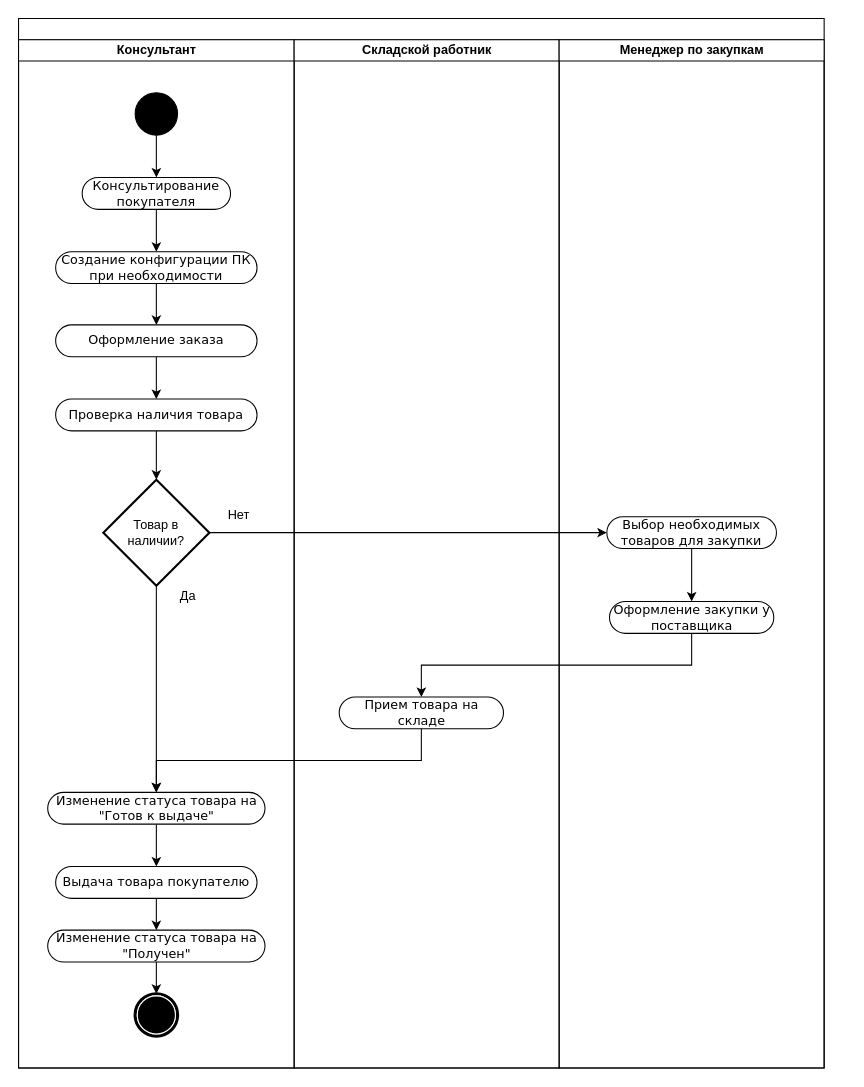
f0rw4rd-dev/hse-hsms-wpf keeps this draw.io diagram as Отчет/Диаграммы/Диаграмма активностей.drawio. Above is the earlier version. Source tidied: cells renumbered, new cells numbered last; positions are measured from the earlier drawing's top-left corner, leaving out a move shared by most shapes. Both pictures are drawn from the tidied source at 106%, with x=0, y=0 at pixel (18, 18).
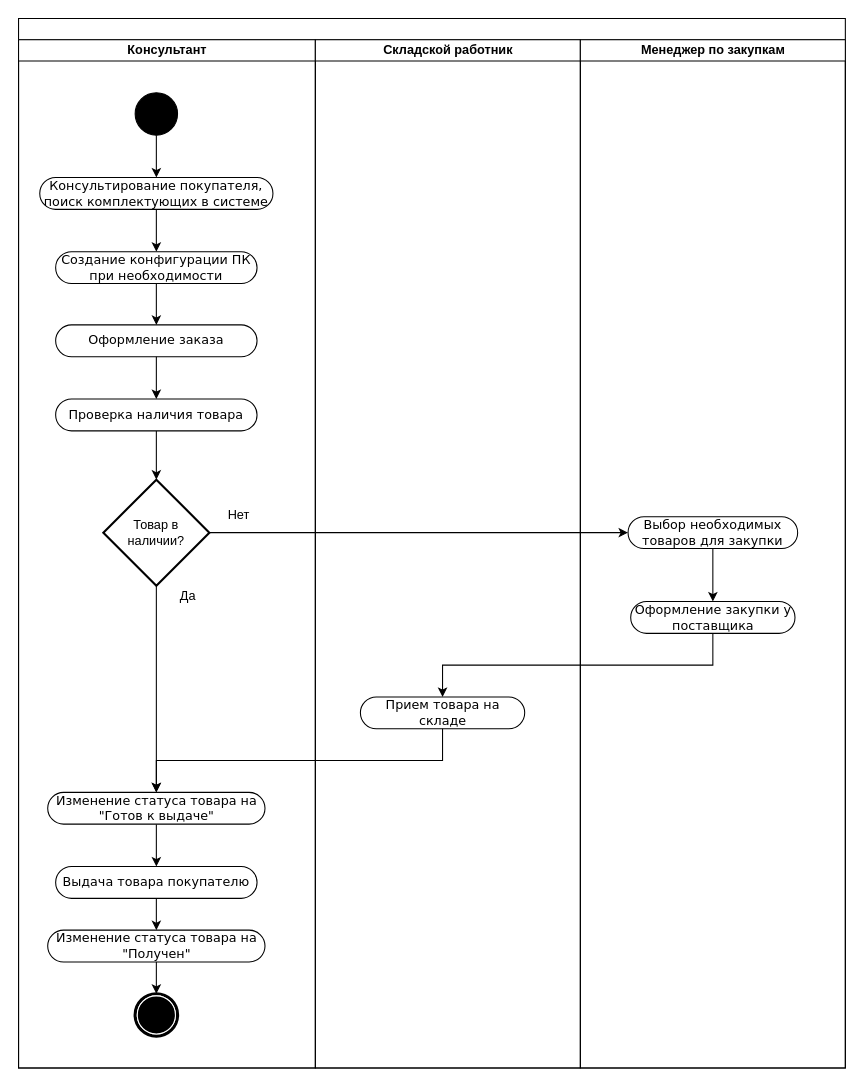
Above is the later version.

What changed in the source:
```diff
@@
     <mxCell id="2" style="swimlane;html=1;startSize=20;rounded=0;shadow=0;comic=0;labelBackgroundColor=none;strokeWidth=1;fontFamily=Verdana;fontSize=12;align=center;" parent="1" vertex="1">
-      <mxGeometry width="760" height="990" as="geometry" />
+      <mxGeometry width="780" height="990" as="geometry" />
     </mxCell>
     <mxCell id="3" value="Консультант" style="swimlane;html=1;startSize=20;" parent="2" vertex="1">
-      <mxGeometry y="20" width="260" height="970" as="geometry" />
+      <mxGeometry y="20" width="280" height="970" as="geometry" />
     </mxCell>
@@
-    <mxCell id="5" value="Консультирование покупателя" style="rounded=1;whiteSpace=wrap;html=1;shadow=0;comic=0;labelBackgroundColor=none;strokeWidth=1;fontFamily=Verdana;fontSize=12;align=center;arcSize=50;" parent="3" vertex="1">
-      <mxGeometry x="60" y="130" width="140" height="30" as="geometry" />
+    <mxCell id="5" value="Консультирование покупателя, поиск комплектующих в системе" style="rounded=1;whiteSpace=wrap;html=1;shadow=0;comic=0;labelBackgroundColor=none;strokeWidth=1;fontFamily=Verdana;fontSize=12;align=center;arcSize=50;" parent="3" vertex="1">
+      <mxGeometry x="20" y="130" width="220" height="30" as="geometry" />
     </mxCell>
@@
     <mxCell id="20" value="Складской работник" style="swimlane;html=1;startSize=20;" parent="2" vertex="1">
-      <mxGeometry x="260" y="20" width="250" height="970" as="geometry" />
+      <mxGeometry x="280" y="20" width="250" height="970" as="geometry" />
     </mxCell>
@@
     <mxCell id="22" value="Менеджер по закупкам" style="swimlane;html=1;startSize=20;" parent="2" vertex="1">
-      <mxGeometry x="510" y="20" width="250" height="970" as="geometry" />
+      <mxGeometry x="530" y="20" width="250" height="970" as="geometry" />
     </mxCell>
```
